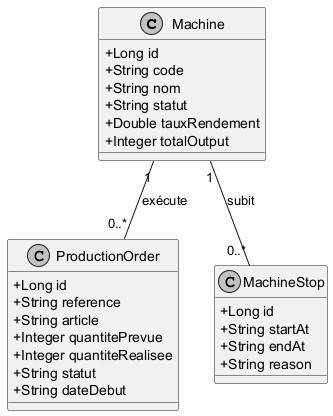
ayoubmek/PFE_data_science keeps this PlantUML diagram as Rapport/diagrams/sprint2_classes.png. Above is the earlier version. Source of this version:
```plantuml
@startuml
skinparam monochrome true
skinparam shadowing false
skinparam classAttributeIconSize 0
skinparam fontName "Arial"
skinparam fontSize 12

class Machine {
    + Long id
    + String code
    + String nom
    + String statut
    + Double tauxRendement
    + Integer totalOutput
}

class ProductionOrder {
    + Long id
    + String reference
    + String article
    + Integer quantitePrevue
    + Integer quantiteRealisee
    + String statut
    + String dateDebut
}

class MachineStop {
    + Long id
    + String startAt
    + String endAt
    + String reason
}

Machine "1" -- "0..*" ProductionOrder : exécute
Machine "1" -- "0..*" MachineStop : subit
@enduml
```
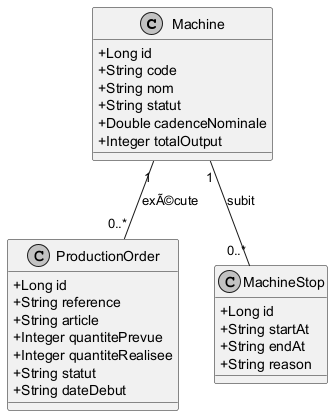
After the change.

The edit, as a diff of the source:
```diff
@@ -10,7 +10,7 @@
     + String code
     + String nom
     + String statut
-    + Double tauxRendement
+    + Double cadenceNominale
     + Integer totalOutput
 }
 
@@ -31,6 +31,6 @@
     + String reason
 }
 
-Machine "1" -- "0..*" ProductionOrder : exécute
+Machine "1" -- "0..*" ProductionOrder : exÃ©cute
 Machine "1" -- "0..*" MachineStop : subit
 @enduml
```
